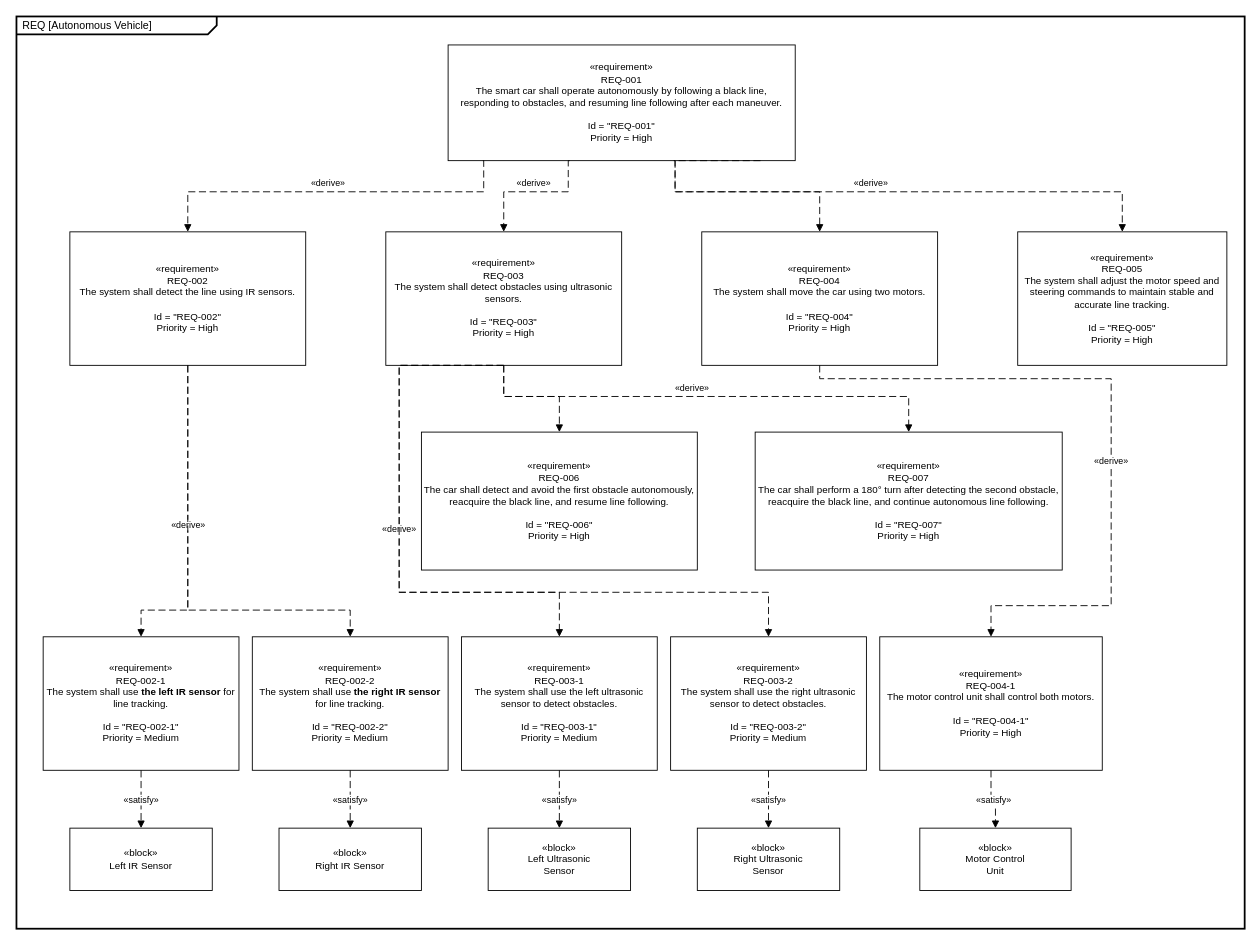
Above: SYSML Diagrams/Draw.io Source Files/Autonomous Vehicle REQ Diagram.drawio in ali-imara/Autonomous-Vehicle (draw.io), before the change. Source tidied: cells renumbered, new cells numbered last; positions are measured from the earlier drawing's top-left corner, leaving out a move shared by most shapes. Both pictures are drawn from the tidied source at 89%, with x=0, y=0 at pixel (16, 16).
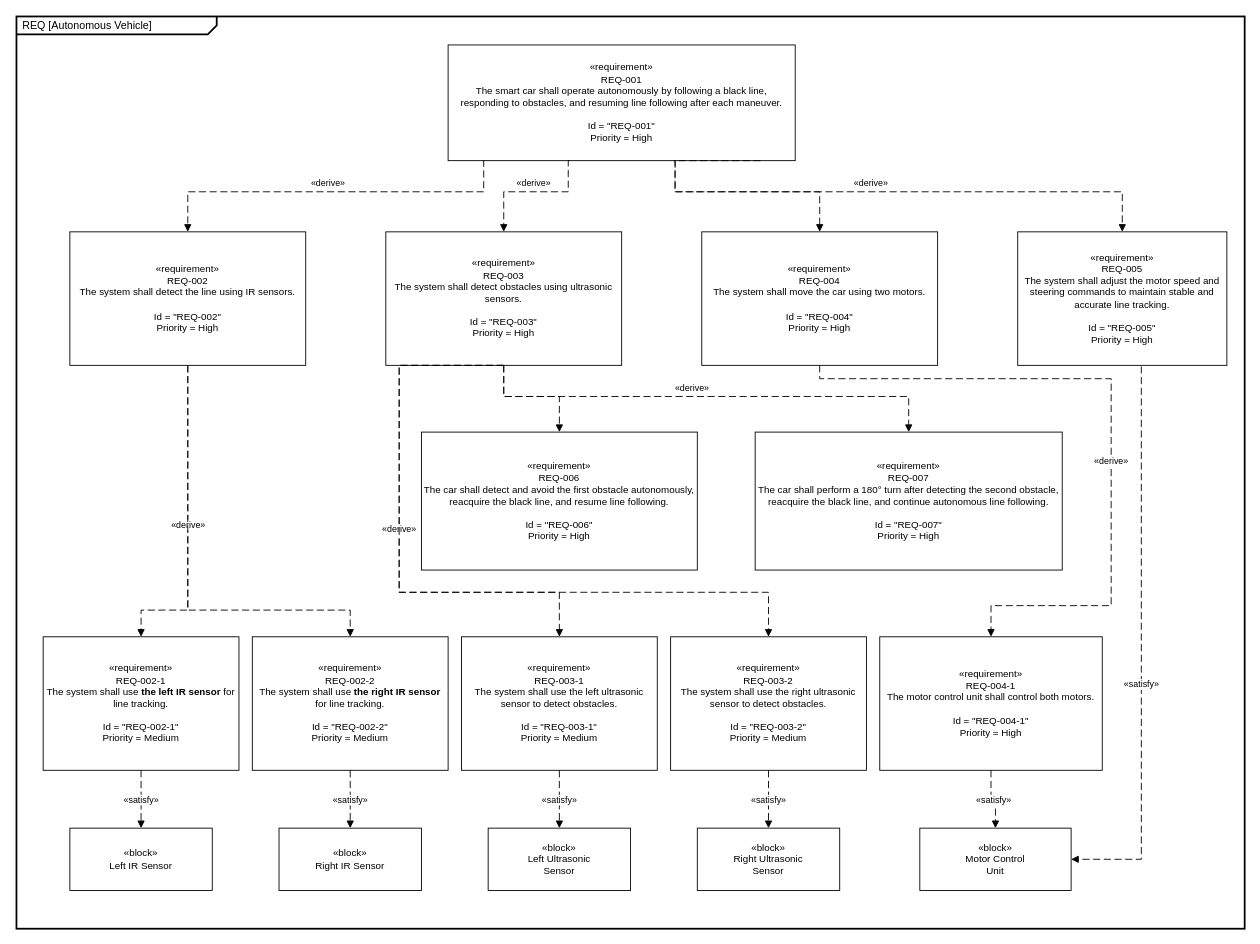
Above is the later version.

Unchanged cells that the change refers to:
```xml
<mxCell id="7" value="«requirement»&lt;br&gt;REQ-005&lt;br&gt;The system shall adjust the motor speed and steering commands to maintain stable and accurate line tracking.&lt;div&gt;&lt;br&gt;&lt;div&gt;Id = &quot;REQ-005&quot;&lt;br&gt;Priority = High&lt;/div&gt;&lt;/div&gt;" style="rounded=0;whiteSpace=wrap;html=1;fillColor=#ffffff;strokeColor=#000000;strokeWidth=1;fontSize=11;align=center;verticalAlign=middle;spacing=4;" parent="1" vertex="1">
  <mxGeometry x="1125" y="242" width="235" height="150" as="geometry" />
</mxCell>
<mxCell id="19" value="«block»&#10;Motor Control&#10;Unit" style="rounded=0;whiteSpace=wrap;html=1;fillColor=#ffffff;strokeColor=#000000;strokeWidth=1;fontSize=11;align=center;verticalAlign=middle;spacing=4;" parent="1" vertex="1">
  <mxGeometry x="1015" y="912" width="170" height="70" as="geometry" />
</mxCell>
```

Change to the diagram source:
```diff
@@
+    <mxCell id="36" value="«satisfy»" style="edgeStyle=orthogonalEdgeStyle;rounded=0;jettySize=auto;html=1;dashed=1;dashPattern=8 4;strokeColor=#000000;endArrow=block;endFill=1;fontSize=10;entryX=1;entryY=0.5;entryDx=0;entryDy=0;exitX=0.591;exitY=1.008;exitDx=0;exitDy=0;exitPerimeter=0;" parent="1" edge="1" source="7" target="19">
+      <mxGeometry x="0.13" relative="1" as="geometry">
+        <Array as="points">
+          <mxPoint x="1264" y="947" />
+        </Array>
+      </mxGeometry>
+    </mxCell>
```
